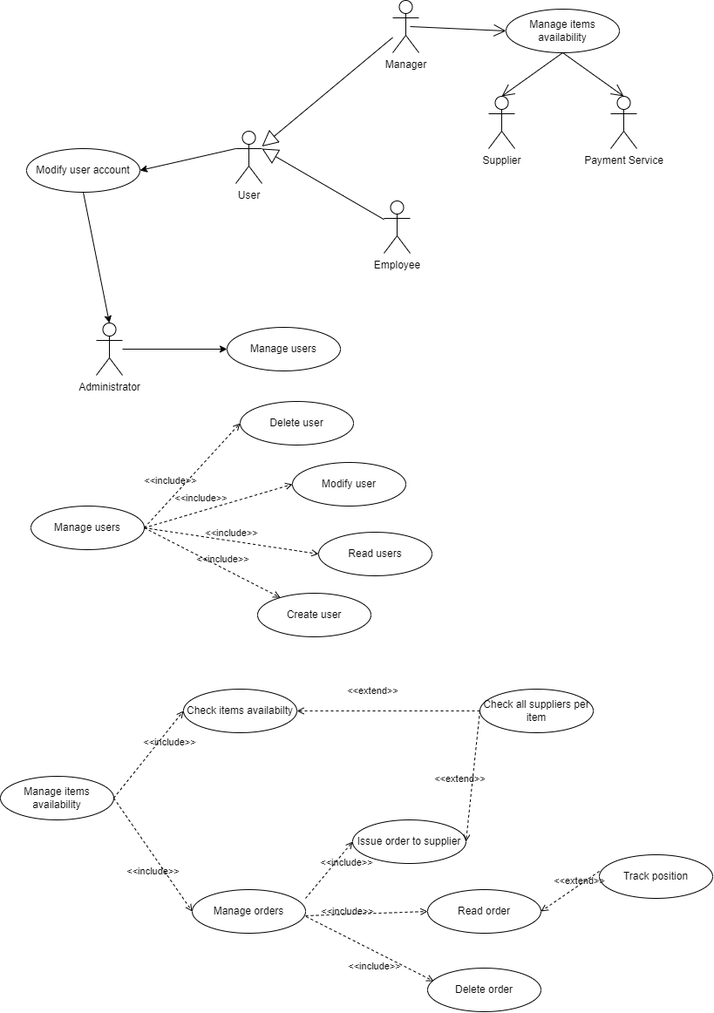
Before: diagrams/UCDiagram.drawio.png, a diagram exported from draw.io (Guarecuco/EzWh). Source tidied: cells renumbered, new cells last; positions are measured from the earlier drawing's top-left corner, leaving out a move shared by most shapes.
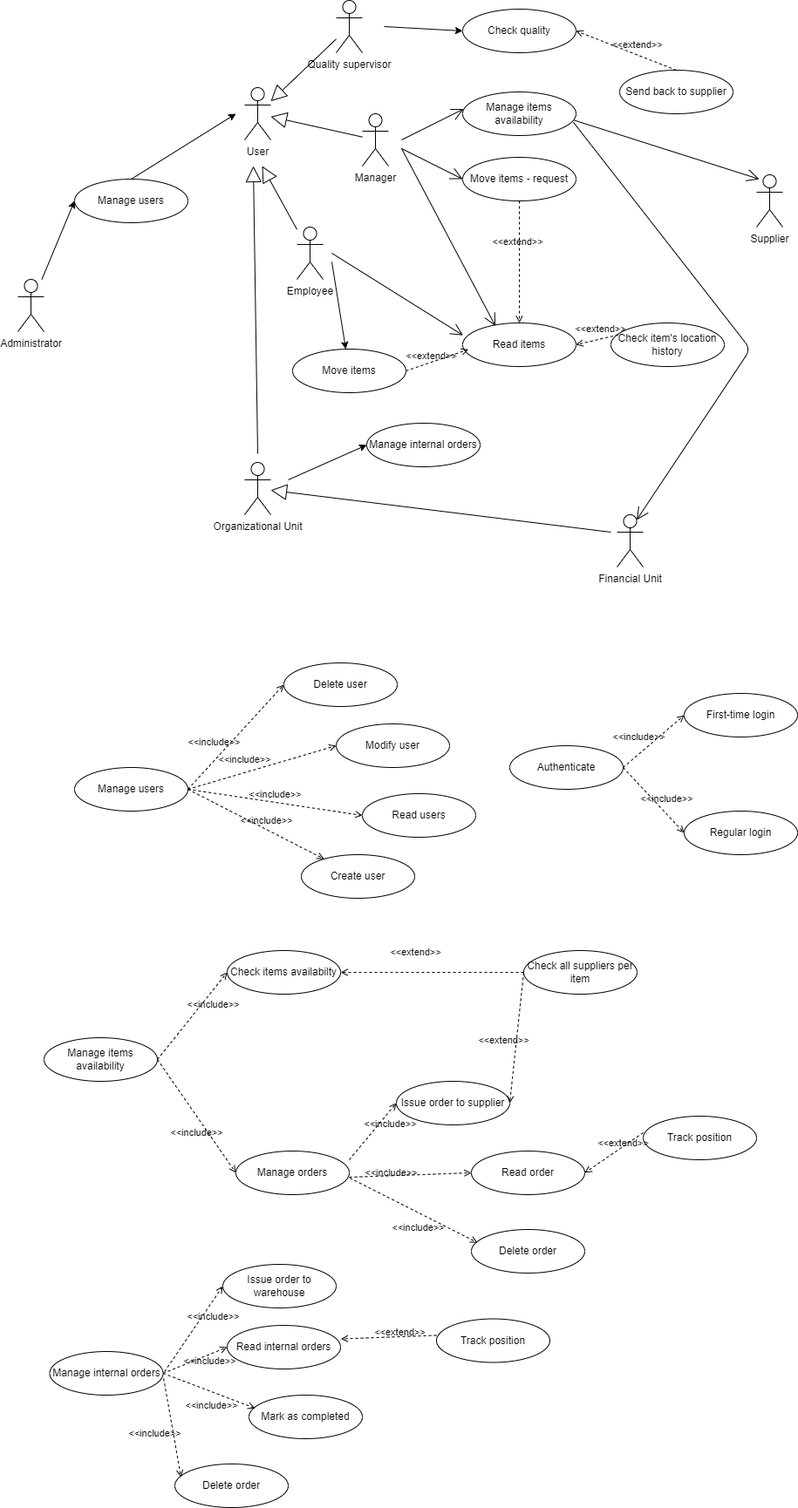
The same diagram one commit later.

The edit, as a diff of the source:
```diff
@@ -3,23 +3,23 @@
     <mxCell id="0" />
     <mxCell id="1" parent="0" />
     <mxCell id="2" value="Manage users" style="ellipse;whiteSpace=wrap;html=1;" parent="1" vertex="1">
-      <mxGeometry x="260" y="375" width="130" height="50" as="geometry" />
+      <mxGeometry x="35" y="-95" width="130" height="50" as="geometry" />
     </mxCell>
     <mxCell id="3" value="Administrator&lt;br&gt;" style="shape=umlActor;verticalLabelPosition=bottom;verticalAlign=top;html=1;outlineConnect=0;" parent="1" vertex="1">
-      <mxGeometry x="110" y="370" width="30" height="60" as="geometry" />
+      <mxGeometry x="-30" y="20" width="30" height="60" as="geometry" />
     </mxCell>
     <mxCell id="4" value="User&lt;br&gt;" style="shape=umlActor;verticalLabelPosition=bottom;verticalAlign=top;html=1;outlineConnect=0;" parent="1" vertex="1">
-      <mxGeometry x="270" y="150" width="30" height="60" as="geometry" />
+      <mxGeometry x="230" y="-200" width="30" height="60" as="geometry" />
     </mxCell>
     <mxCell id="5" value="Employee" style="shape=umlActor;verticalLabelPosition=bottom;verticalAlign=top;html=1;outlineConnect=0;" parent="1" vertex="1">
-      <mxGeometry x="440" y="230" width="30" height="60" as="geometry" />
+      <mxGeometry x="290" y="-40" width="30" height="60" as="geometry" />
     </mxCell>
     <mxCell id="6" style="endArrow=classic;html=1;entryX=0;entryY=0.5;entryDx=0;entryDy=0;" parent="1" edge="1" source="3" target="2">
       <mxGeometry relative="1" as="geometry" />
     </mxCell>
     <mxCell id="7" style="endArrow=block;endSize=16;endFill=0;html=1;" parent="1" edge="1" source="5">
       <mxGeometry relative="1" as="geometry">
-        <mxPoint x="300" y="170" as="targetPoint" />
+        <mxPoint x="250" y="-110" as="targetPoint" />
       </mxGeometry>
     </mxCell>
     <mxCell id="8" value="Manage users" style="ellipse;whiteSpace=wrap;html=1;" parent="1" vertex="1">
@@ -52,26 +52,17 @@
       <mxGeometry x="-0.34" y="8" relative="1" as="geometry" />
     </mxCell>
     <mxCell id="17" value="Manager" style="shape=umlActor;verticalLabelPosition=bottom;verticalAlign=top;html=1;outlineConnect=0;" parent="1" vertex="1">
-      <mxGeometry x="450" width="30" height="60" as="geometry" />
+      <mxGeometry x="365" y="-170" width="30" height="60" as="geometry" />
     </mxCell>
     <mxCell id="18" style="endArrow=block;endSize=16;endFill=0;html=1;" parent="1" edge="1" source="17" target="4">
       <mxGeometry relative="1" as="geometry" />
     </mxCell>
-    <mxCell id="19" value="Modify user account" style="ellipse;whiteSpace=wrap;html=1;" parent="1" vertex="1">
-      <mxGeometry x="30" y="170" width="130" height="50" as="geometry" />
-    </mxCell>
-    <mxCell id="20" style="endArrow=classic;html=1;entryX=1;entryY=0.5;entryDx=0;entryDy=0;exitX=0;exitY=0.3333333333333333;exitDx=0;exitDy=0;exitPerimeter=0;" parent="1" edge="1" source="4" target="19">
-      <mxGeometry relative="1" as="geometry" />
-    </mxCell>
     <mxCell id="21" value="Manage items availability" style="ellipse;whiteSpace=wrap;html=1;" parent="1" vertex="1">
-      <mxGeometry x="580" y="10" width="130" height="50" as="geometry" />
+      <mxGeometry x="480" y="-195" width="130" height="50" as="geometry" />
     </mxCell>
-    <mxCell id="22" style="endArrow=classic;html=1;entryX=0.5;entryY=0;entryDx=0;entryDy=0;exitX=0.5;exitY=1;exitDx=0;exitDy=0;entryPerimeter=0;" parent="1" edge="1" source="19" target="3">
-      <mxGeometry relative="1" as="geometry" />
-    </mxCell>
-    <mxCell id="23" style="endArrow=open;endFill=1;endSize=12;html=1;entryX=0;entryY=0.5;entryDx=0;entryDy=0;" parent="1" edge="1" target="21">
+    <mxCell id="23" style="endArrow=open;endFill=1;endSize=12;html=1;entryX=0.009;entryY=0.39;entryDx=0;entryDy=0;entryPerimeter=0;" parent="1" edge="1" target="21">
       <mxGeometry relative="1" as="geometry">
-        <mxPoint x="470" y="30" as="sourcePoint" />
+        <mxPoint x="410" y="-140" as="sourcePoint" />
       </mxGeometry>
     </mxCell>
     <mxCell id="24" value="Manage items availability" style="ellipse;whiteSpace=wrap;html=1;" parent="1" vertex="1">
@@ -98,12 +89,6 @@
     <mxCell id="31" value="&amp;lt;&amp;lt;extend&amp;gt;&amp;gt;" style="html=1;verticalAlign=bottom;labelBackgroundColor=none;endArrow=open;endFill=0;dashed=1;exitX=0;exitY=0.5;exitDx=0;exitDy=0;entryX=1;entryY=0.5;entryDx=0;entryDy=0;" parent="1" edge="1" source="28" target="25">
       <mxGeometry x="0.18" y="-14" relative="1" as="geometry" />
     </mxCell>
-    <mxCell id="32" value="Payment Service" style="shape=umlActor;verticalLabelPosition=bottom;verticalAlign=top;html=1;outlineConnect=0;" parent="1" vertex="1">
-      <mxGeometry x="700" y="110" width="30" height="60" as="geometry" />
-    </mxCell>
-    <mxCell id="33" style="endArrow=open;endFill=1;endSize=12;html=1;exitX=0.5;exitY=1;exitDx=0;exitDy=0;entryX=0.5;entryY=0;entryDx=0;entryDy=0;entryPerimeter=0;" parent="1" edge="1" source="21" target="32">
-      <mxGeometry relative="1" as="geometry" />
-    </mxCell>
     <mxCell id="34" value="Manage orders" style="ellipse;whiteSpace=wrap;html=1;" parent="1" vertex="1">
       <mxGeometry x="220" y="1020" width="130" height="50" as="geometry" />
     </mxCell>
@@ -111,10 +96,12 @@
       <mxGeometry x="0.29" y="-16" relative="1" as="geometry" />
     </mxCell>
     <mxCell id="36" value="Supplier" style="shape=umlActor;verticalLabelPosition=bottom;verticalAlign=top;html=1;outlineConnect=0;" parent="1" vertex="1">
-      <mxGeometry x="560" y="110" width="30" height="60" as="geometry" />
+      <mxGeometry x="817" y="-100" width="30" height="60" as="geometry" />
     </mxCell>
-    <mxCell id="37" style="endArrow=open;endFill=1;endSize=12;html=1;exitX=0.5;exitY=1;exitDx=0;exitDy=0;entryX=0.5;entryY=0;entryDx=0;entryDy=0;entryPerimeter=0;" parent="1" edge="1" source="21" target="36">
-      <mxGeometry relative="1" as="geometry" />
+    <mxCell id="37" style="endArrow=open;endFill=1;endSize=12;html=1;exitX=0.986;exitY=0.651;exitDx=0;exitDy=0;exitPerimeter=0;" parent="1" edge="1" source="21">
+      <mxGeometry relative="1" as="geometry">
+        <mxPoint x="820" y="-95" as="targetPoint" />
+      </mxGeometry>
     </mxCell>
     <mxCell id="38" value="Track position" style="ellipse;whiteSpace=wrap;html=1;" parent="1" vertex="1">
       <mxGeometry x="687" y="980" width="130" height="50" as="geometry" />
@@ -136,5 +123,153 @@
     <mxCell id="43" value="&amp;lt;&amp;lt;extend&amp;gt;&amp;gt;" style="html=1;verticalAlign=bottom;labelBackgroundColor=none;endArrow=open;endFill=0;dashed=1;exitX=0;exitY=0.379;exitDx=0;exitDy=0;entryX=1;entryY=0.5;entryDx=0;entryDy=0;exitPerimeter=0;" parent="1" edge="1" source="38" target="41">
       <mxGeometry x="-0.24" y="4" relative="1" as="geometry" />
     </mxCell>
+    <mxCell id="44" value="Authenticate" style="ellipse;whiteSpace=wrap;html=1;" parent="1" vertex="1">
+      <mxGeometry x="534" y="555" width="130" height="50" as="geometry" />
+    </mxCell>
+    <mxCell id="45" value="First-time login" style="ellipse;whiteSpace=wrap;html=1;" parent="1" vertex="1">
+      <mxGeometry x="734" y="495" width="130" height="50" as="geometry" />
+    </mxCell>
+    <mxCell id="46" value="Regular login" style="ellipse;whiteSpace=wrap;html=1;" parent="1" vertex="1">
+      <mxGeometry x="734" y="630" width="130" height="50" as="geometry" />
+    </mxCell>
+    <mxCell id="47" value="&amp;lt;&amp;lt;include&amp;gt;&amp;gt;" style="html=1;verticalAlign=bottom;labelBackgroundColor=none;endArrow=open;endFill=0;dashed=1;exitX=1;exitY=0.5;exitDx=0;exitDy=0;entryX=0;entryY=0.5;entryDx=0;entryDy=0;" parent="1" edge="1" source="44" target="45">
+      <mxGeometry x="-0.34" y="8" relative="1" as="geometry" />
+    </mxCell>
+    <mxCell id="48" value="&amp;lt;&amp;lt;include&amp;gt;&amp;gt;" style="html=1;verticalAlign=bottom;labelBackgroundColor=none;endArrow=open;endFill=0;dashed=1;exitX=1;exitY=0.5;exitDx=0;exitDy=0;entryX=0;entryY=0.5;entryDx=0;entryDy=0;" parent="1" edge="1" source="44" target="46">
+      <mxGeometry x="0.31" y="6" relative="1" as="geometry" />
+    </mxCell>
+    <mxCell id="49" value="Quality supervisor" style="shape=umlActor;verticalLabelPosition=bottom;verticalAlign=top;html=1;outlineConnect=0;" parent="1" vertex="1">
+      <mxGeometry x="335" y="-300" width="30" height="60" as="geometry" />
+    </mxCell>
+    <mxCell id="50" style="endArrow=block;endSize=16;endFill=0;html=1;" parent="1" edge="1" source="49" target="4">
+      <mxGeometry relative="1" as="geometry" />
+    </mxCell>
+    <mxCell id="51" value="Check quality" style="ellipse;whiteSpace=wrap;html=1;" parent="1" vertex="1">
+      <mxGeometry x="480" y="-290" width="130" height="50" as="geometry" />
+    </mxCell>
+    <mxCell id="52" style="endArrow=classic;html=1;entryX=0;entryY=0.5;entryDx=0;entryDy=0;" parent="1" edge="1" target="51">
+      <mxGeometry relative="1" as="geometry">
+        <mxPoint x="390" y="-270" as="sourcePoint" />
+      </mxGeometry>
+    </mxCell>
+    <mxCell id="53" value="Send back to supplier" style="ellipse;whiteSpace=wrap;html=1;" parent="1" vertex="1">
+      <mxGeometry x="660" y="-220" width="130" height="50" as="geometry" />
+    </mxCell>
+    <mxCell id="54" value="&amp;lt;&amp;lt;extend&amp;gt;&amp;gt;" style="html=1;verticalAlign=bottom;labelBackgroundColor=none;endArrow=open;endFill=0;dashed=1;exitX=0.5;exitY=0;exitDx=0;exitDy=0;entryX=1;entryY=0.5;entryDx=0;entryDy=0;" parent="1" edge="1" source="53" target="51">
+      <mxGeometry x="-0.2" y="-2" relative="1" as="geometry" />
+    </mxCell>
+    <mxCell id="55" value="Manage internal orders" style="ellipse;whiteSpace=wrap;html=1;" parent="1" vertex="1">
+      <mxGeometry x="370" y="185" width="130" height="50" as="geometry" />
+    </mxCell>
+    <mxCell id="56" value="Organizational Unit&lt;br&gt;" style="shape=umlActor;verticalLabelPosition=bottom;verticalAlign=top;html=1;outlineConnect=0;" parent="1" vertex="1">
+      <mxGeometry x="230" y="230" width="30" height="60" as="geometry" />
+    </mxCell>
+    <mxCell id="57" style="endArrow=classic;html=1;entryX=0;entryY=0.5;entryDx=0;entryDy=0;" parent="1" edge="1" target="55">
+      <mxGeometry relative="1" as="geometry">
+        <mxPoint x="280" y="250" as="sourcePoint" />
+      </mxGeometry>
+    </mxCell>
+    <mxCell id="58" style="endArrow=block;endSize=16;endFill=0;html=1;" parent="1" edge="1">
+      <mxGeometry relative="1" as="geometry">
+        <mxPoint x="245" y="220" as="sourcePoint" />
+        <mxPoint x="240" y="-110" as="targetPoint" />
+      </mxGeometry>
+    </mxCell>
+    <mxCell id="59" value="Manage internal orders" style="ellipse;whiteSpace=wrap;html=1;" parent="1" vertex="1">
+      <mxGeometry x="6.5" y="1250" width="130" height="50" as="geometry" />
+    </mxCell>
+    <mxCell id="60" value="Issue order to warehouse" style="ellipse;whiteSpace=wrap;html=1;" parent="1" vertex="1">
+      <mxGeometry x="205" y="1150" width="130" height="50" as="geometry" />
+    </mxCell>
+    <mxCell id="61" value="&amp;lt;&amp;lt;include&amp;gt;&amp;gt;" style="html=1;verticalAlign=bottom;labelBackgroundColor=none;endArrow=open;endFill=0;dashed=1;exitX=1.013;exitY=0.46;exitDx=0;exitDy=0;entryX=0;entryY=0.5;entryDx=0;entryDy=0;exitPerimeter=0;" parent="1" edge="1" source="59" target="60">
+      <mxGeometry x="0.29" y="-16" relative="1" as="geometry" />
+    </mxCell>
+    <mxCell id="62" value="Delete order" style="ellipse;whiteSpace=wrap;html=1;" parent="1" vertex="1">
+      <mxGeometry x="150" y="1379" width="130" height="50" as="geometry" />
+    </mxCell>
+    <mxCell id="63" value="&amp;lt;&amp;lt;include&amp;gt;&amp;gt;" style="html=1;verticalAlign=bottom;labelBackgroundColor=none;endArrow=open;endFill=0;dashed=1;exitX=1.005;exitY=0.619;exitDx=0;exitDy=0;entryX=0.054;entryY=0.301;entryDx=0;entryDy=0;exitPerimeter=0;entryPerimeter=0;" parent="1" edge="1" target="62">
+      <mxGeometry x="0.22" y="-23" relative="1" as="geometry">
+        <mxPoint x="137.2" y="1281" as="sourcePoint" />
+      </mxGeometry>
+    </mxCell>
+    <mxCell id="64" value="Read internal orders" style="ellipse;whiteSpace=wrap;html=1;" parent="1" vertex="1">
+      <mxGeometry x="210" y="1220" width="130" height="50" as="geometry" />
+    </mxCell>
+    <mxCell id="65" value="&amp;lt;&amp;lt;include&amp;gt;&amp;gt;" style="html=1;verticalAlign=bottom;labelBackgroundColor=none;endArrow=open;endFill=0;dashed=1;exitX=1;exitY=0.5;exitDx=0;exitDy=0;entryX=0;entryY=0.5;entryDx=0;entryDy=0;" parent="1" edge="1" source="59" target="64">
+      <mxGeometry x="0.29" y="-16" relative="1" as="geometry" />
+    </mxCell>
+    <mxCell id="66" value="Track position" style="ellipse;whiteSpace=wrap;html=1;" parent="1" vertex="1">
+      <mxGeometry x="450" y="1212.5" width="130" height="50" as="geometry" />
+    </mxCell>
+    <mxCell id="67" value="&amp;lt;&amp;lt;extend&amp;gt;&amp;gt;" style="html=1;verticalAlign=bottom;labelBackgroundColor=none;endArrow=open;endFill=0;dashed=1;exitX=0;exitY=0.379;exitDx=0;exitDy=0;entryX=1.003;entryY=0.31;entryDx=0;entryDy=0;exitPerimeter=0;entryPerimeter=0;" parent="1" edge="1" source="66" target="64">
+      <mxGeometry x="-0.24" y="4" relative="1" as="geometry" />
+    </mxCell>
+    <mxCell id="68" value="Mark as completed" style="ellipse;whiteSpace=wrap;html=1;" parent="1" vertex="1">
+      <mxGeometry x="235" y="1300" width="130" height="50" as="geometry" />
+    </mxCell>
+    <mxCell id="69" value="&amp;lt;&amp;lt;include&amp;gt;&amp;gt;" style="html=1;verticalAlign=bottom;labelBackgroundColor=none;endArrow=open;endFill=0;dashed=1;exitX=1;exitY=0.5;exitDx=0;exitDy=0;entryX=0.054;entryY=0.301;entryDx=0;entryDy=0;entryPerimeter=0;" parent="1" edge="1" source="59" target="68">
+      <mxGeometry x="0.22" y="-23" relative="1" as="geometry" />
+    </mxCell>
+    <mxCell id="70" value="Move items" style="ellipse;whiteSpace=wrap;html=1;" parent="1" vertex="1">
+      <mxGeometry x="285" y="100" width="130" height="50" as="geometry" />
+    </mxCell>
+    <mxCell id="71" style="endArrow=classic;html=1;" parent="1" edge="1" target="70">
+      <mxGeometry relative="1" as="geometry">
+        <mxPoint x="330" as="sourcePoint" />
+      </mxGeometry>
+    </mxCell>
+    <mxCell id="72" value="Read items" style="ellipse;whiteSpace=wrap;html=1;" parent="1" vertex="1">
+      <mxGeometry x="480" y="70" width="130" height="50" as="geometry" />
+    </mxCell>
+    <mxCell id="73" value="Check item's location history" style="ellipse;whiteSpace=wrap;html=1;" parent="1" vertex="1">
+      <mxGeometry x="650" y="70" width="130" height="50" as="geometry" />
+    </mxCell>
+    <mxCell id="74" value="&amp;lt;&amp;lt;extend&amp;gt;&amp;gt;" style="html=1;verticalAlign=bottom;labelBackgroundColor=none;endArrow=open;endFill=0;dashed=1;exitX=0.064;exitY=0.273;exitDx=0;exitDy=0;entryX=1;entryY=0.5;entryDx=0;entryDy=0;exitPerimeter=0;" parent="1" edge="1" source="73" target="72">
+      <mxGeometry x="-0.2" y="-2" relative="1" as="geometry" />
+    </mxCell>
+    <mxCell id="75" style="endArrow=open;endFill=1;endSize=12;html=1;entryX=0.289;entryY=0.07;entryDx=0;entryDy=0;entryPerimeter=0;" parent="1" edge="1" target="72">
+      <mxGeometry relative="1" as="geometry">
+        <mxPoint x="410" y="-130" as="sourcePoint" />
+      </mxGeometry>
+    </mxCell>
+    <mxCell id="76" style="endArrow=open;endFill=1;endSize=12;html=1;entryX=0.004;entryY=0.285;entryDx=0;entryDy=0;entryPerimeter=0;" parent="1" edge="1" target="72">
+      <mxGeometry relative="1" as="geometry">
+        <mxPoint x="330" y="-10" as="sourcePoint" />
+      </mxGeometry>
+    </mxCell>
+    <mxCell id="77" value="Financial Unit" style="shape=umlActor;verticalLabelPosition=bottom;verticalAlign=top;html=1;outlineConnect=0;" parent="1" vertex="1">
+      <mxGeometry x="657" y="290" width="30" height="60" as="geometry" />
+    </mxCell>
+    <mxCell id="78" style="endArrow=block;endSize=16;endFill=0;html=1;" parent="1" edge="1" target="56">
+      <mxGeometry relative="1" as="geometry">
+        <mxPoint x="650" y="310" as="sourcePoint" />
+      </mxGeometry>
+    </mxCell>
+    <mxCell id="79" style="endArrow=open;endFill=1;endSize=12;html=1;entryX=0.75;entryY=0.1;entryDx=0;entryDy=0;entryPerimeter=0;exitX=0.977;exitY=0.696;exitDx=0;exitDy=0;exitPerimeter=0;" parent="1" edge="1" source="21" target="77">
+      <mxGeometry relative="1" as="geometry">
+        <Array as="points">
+          <mxPoint x="810" y="100" />
+        </Array>
+      </mxGeometry>
+    </mxCell>
+    <mxCell id="80" value="Move items - request" style="ellipse;whiteSpace=wrap;html=1;" parent="1" vertex="1">
+      <mxGeometry x="480" y="-120" width="130" height="50" as="geometry" />
+    </mxCell>
+    <mxCell id="81" style="endArrow=open;endFill=1;endSize=12;html=1;entryX=0;entryY=0.5;entryDx=0;entryDy=0;" parent="1" edge="1" target="80">
+      <mxGeometry relative="1" as="geometry">
+        <mxPoint x="410" y="-130" as="sourcePoint" />
+      </mxGeometry>
+    </mxCell>
+    <mxCell id="82" style="endArrow=classic;html=1;exitX=0.5;exitY=0;exitDx=0;exitDy=0;" parent="1" edge="1" source="2">
+      <mxGeometry relative="1" as="geometry">
+        <mxPoint x="220" y="-170" as="targetPoint" />
+      </mxGeometry>
+    </mxCell>
+    <mxCell id="83" value="&amp;lt;&amp;lt;extend&amp;gt;&amp;gt;" style="html=1;verticalAlign=bottom;labelBackgroundColor=none;endArrow=open;endFill=0;dashed=1;exitX=0.5;exitY=1;exitDx=0;exitDy=0;entryX=0.5;entryY=0;entryDx=0;entryDy=0;" parent="1" edge="1" source="80" target="72">
+      <mxGeometry x="-0.2" y="-2" relative="1" as="geometry" />
+    </mxCell>
+    <mxCell id="84" value="&amp;lt;&amp;lt;extend&amp;gt;&amp;gt;" style="html=1;verticalAlign=bottom;labelBackgroundColor=none;endArrow=open;endFill=0;dashed=1;exitX=1;exitY=0.5;exitDx=0;exitDy=0;entryX=0.051;entryY=0.608;entryDx=0;entryDy=0;entryPerimeter=0;" parent="1" edge="1" source="70" target="72">
+      <mxGeometry x="-0.2" y="-2" relative="1" as="geometry" />
+    </mxCell>
   </root>
 </mxGraphModel>
```
